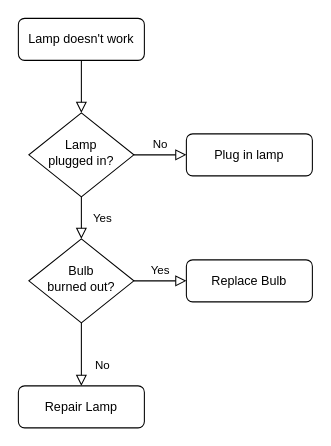
Earlier version of the draw.io diagram MDT parameterization.drawio (skgiter/drawIO). Source tidied: cells renumbered, new cells numbered last; positions are measured from the earlier drawing's top-left corner, leaving out a move shared by most shapes. Both pictures are drawn from the tidied source at 105%, with x=0, y=0 at pixel (18, 18).
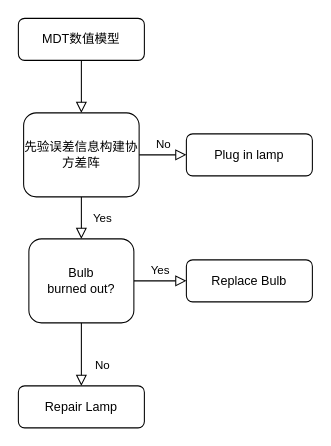
Above is the later version.

Change to the diagram source:
```diff
@@
 <mxGraphModel>
   <root>
     <mxCell id="0" />
     <mxCell id="1" parent="0" />
     <mxCell id="2" style="rounded=0;html=1;jettySize=auto;fontSize=11;endArrow=block;endFill=0;endSize=8;strokeWidth=1;shadow=0;labelBackgroundColor=none;edgeStyle=orthogonalEdgeStyle;" parent="1" edge="1" source="3" target="6">
       <mxGeometry relative="1" as="geometry" />
     </mxCell>
-    <mxCell id="3" value="Lamp doesn't work" style="rounded=1;whiteSpace=wrap;html=1;fontSize=12;glass=0;strokeWidth=1;shadow=0;" parent="1" vertex="1">
+    <mxCell id="3" value="MDT数值模型" style="rounded=1;whiteSpace=wrap;html=1;fontSize=12;glass=0;strokeWidth=1;shadow=0;" parent="1" vertex="1">
       <mxGeometry width="120" height="40" as="geometry" />
     </mxCell>
     <mxCell id="4" value="Yes" style="rounded=0;html=1;jettySize=auto;fontSize=11;endArrow=block;endFill=0;endSize=8;strokeWidth=1;shadow=0;labelBackgroundColor=none;edgeStyle=orthogonalEdgeStyle;" parent="1" edge="1" source="6" target="10">
       <mxGeometry y="20" relative="1" as="geometry" />
     </mxCell>
     <mxCell id="5" value="No" style="edgeStyle=orthogonalEdgeStyle;rounded=0;html=1;jettySize=auto;fontSize=11;endArrow=block;endFill=0;endSize=8;strokeWidth=1;shadow=0;labelBackgroundColor=none;" parent="1" edge="1" source="6" target="7">
       <mxGeometry y="10" relative="1" as="geometry" />
     </mxCell>
-    <mxCell id="6" value="Lamp&lt;br&gt;plugged in?" style="rhombus;whiteSpace=wrap;html=1;shadow=0;fontFamily=Helvetica;fontSize=12;align=center;strokeWidth=1;spacing=6;spacingTop=-4;" parent="1" vertex="1">
-      <mxGeometry x="10" y="90" width="100" height="80" as="geometry" />
+    <mxCell id="6" value="先验误差信息构建协方差阵" style="rounded=1;whiteSpace=wrap;html=1;shadow=0;fontFamily=Helvetica;fontSize=12;fontColor=#000000;align=center;strokeColor=#000000;strokeWidth=1;fillColor=#ffffff;" parent="1" vertex="1">
+      <mxGeometry x="5" y="90" width="110" height="80" as="geometry" />
     </mxCell>
     <mxCell id="7" value="Plug in lamp" style="rounded=1;whiteSpace=wrap;html=1;fontSize=12;glass=0;strokeWidth=1;shadow=0;" parent="1" vertex="1">
       <mxGeometry x="160" y="110" width="120" height="40" as="geometry" />
     </mxCell>
     <mxCell id="8" value="No" style="rounded=0;html=1;jettySize=auto;fontSize=11;endArrow=block;endFill=0;endSize=8;strokeWidth=1;shadow=0;labelBackgroundColor=none;edgeStyle=orthogonalEdgeStyle;" parent="1" edge="1" source="10" target="11">
       <mxGeometry x="0.33" y="20" relative="1" as="geometry" />
     </mxCell>
     <mxCell id="9" value="Yes" style="edgeStyle=orthogonalEdgeStyle;rounded=0;html=1;jettySize=auto;fontSize=11;endArrow=block;endFill=0;endSize=8;strokeWidth=1;shadow=0;labelBackgroundColor=none;" parent="1" edge="1" source="10" target="12">
       <mxGeometry y="10" relative="1" as="geometry" />
     </mxCell>
-    <mxCell id="10" value="Bulb&lt;br&gt;burned out?" style="rhombus;whiteSpace=wrap;html=1;shadow=0;fontFamily=Helvetica;fontSize=12;align=center;strokeWidth=1;spacing=6;spacingTop=-4;" parent="1" vertex="1">
+    <mxCell id="10" value="Bulb&lt;br&gt;burned out?" style="rounded=1;whiteSpace=wrap;html=1;shadow=0;fontFamily=Helvetica;fontSize=12;fontColor=#000000;align=center;strokeColor=#000000;strokeWidth=1;fillColor=#ffffff;" parent="1" vertex="1">
       <mxGeometry x="10" y="210" width="100" height="80" as="geometry" />
     </mxCell>
     <mxCell id="11" value="Repair Lamp" style="rounded=1;whiteSpace=wrap;html=1;fontSize=12;glass=0;strokeWidth=1;shadow=0;" parent="1" vertex="1">
       <mxGeometry y="350" width="120" height="40" as="geometry" />
     </mxCell>
     <mxCell id="12" value="Replace Bulb" style="rounded=1;whiteSpace=wrap;html=1;fontSize=12;glass=0;strokeWidth=1;shadow=0;" parent="1" vertex="1">
       <mxGeometry x="160" y="230" width="120" height="40" as="geometry" />
     </mxCell>
   </root>
 </mxGraphModel>
```
